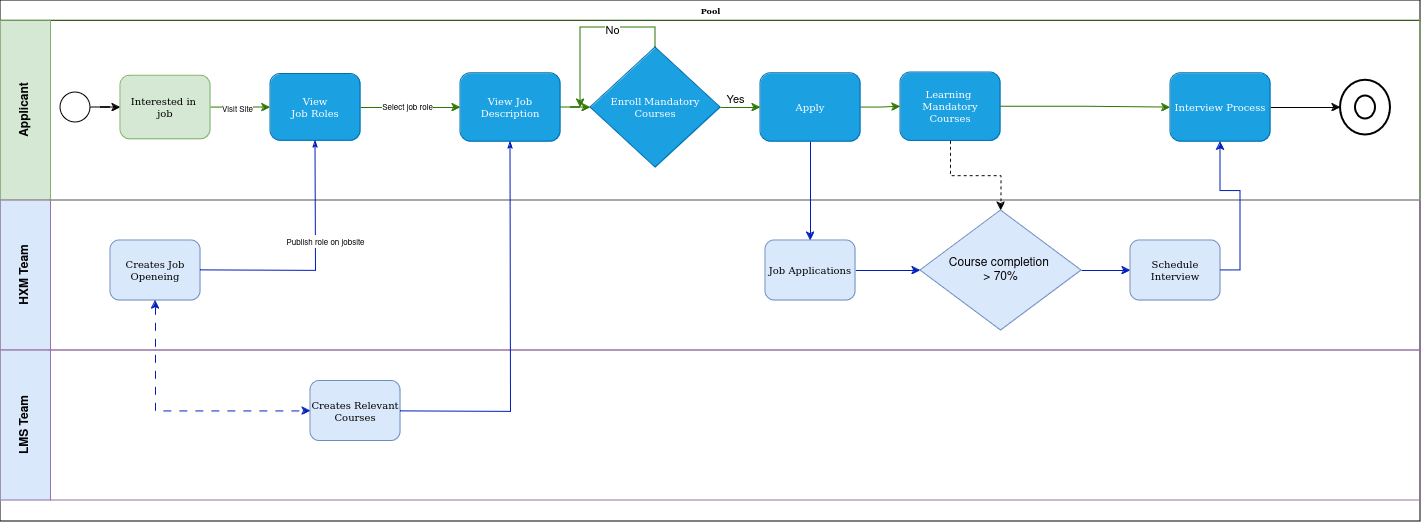
Above: BPMN/Untitled Diagram.drawio.png in Meharaj-thoufik/Quality-Candidate-Recruit (draw.io), before the change. Source tidied: cells renumbered, new cells last; positions are measured from the earlier drawing's top-left corner, leaving out a move shared by most shapes.
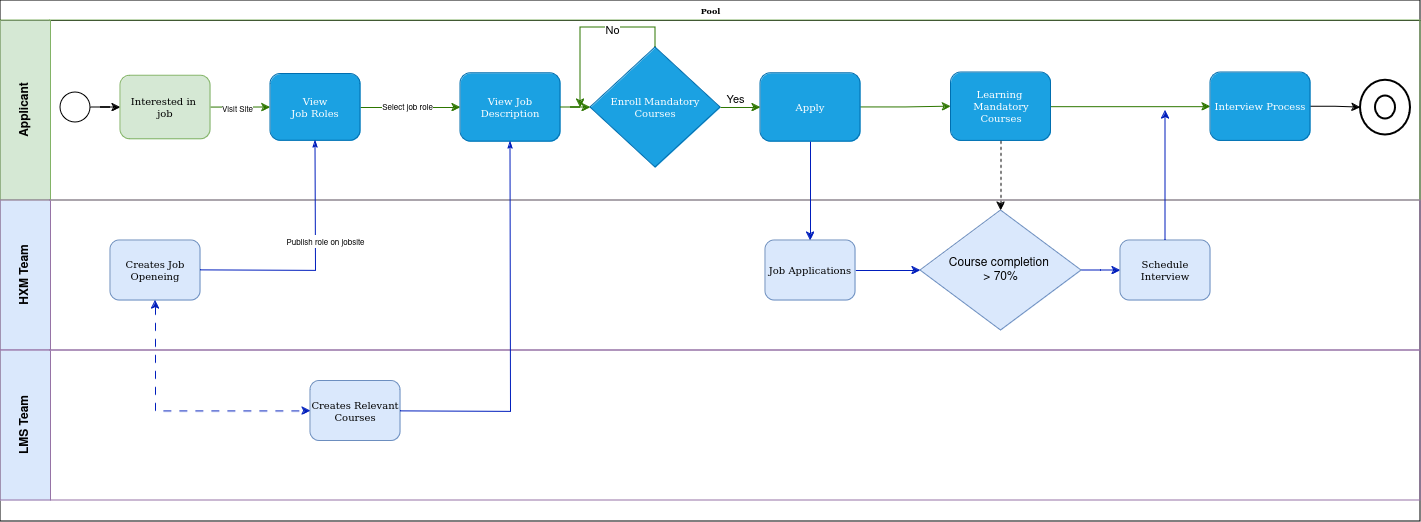
The same file after the commit.

Change to the diagram source:
```diff
@@ -59,7 +59,7 @@
       <mxGeometry relative="1" as="geometry" />
     </mxCell>
     <mxCell id="18" value="&lt;div style=&quot;font-size: 10px;&quot;&gt;&lt;font style=&quot;font-size: 10px;&quot;&gt;Learning&amp;nbsp;&lt;/font&gt;&lt;/div&gt;&lt;div style=&quot;font-size: 10px;&quot;&gt;&lt;font style=&quot;font-size: 10px;&quot;&gt;Mandatory&lt;/font&gt;&lt;/div&gt;&lt;div style=&quot;font-size: 10px;&quot;&gt;&lt;font style=&quot;font-size: 10px;&quot;&gt;Courses&lt;br&gt;&lt;/font&gt;&lt;/div&gt;" style="rounded=1;whiteSpace=wrap;html=1;shadow=0;labelBackgroundColor=none;strokeWidth=1;fontFamily=Verdana;fontSize=8;align=center;fillColor=#1ba1e2;fontColor=#ffffff;strokeColor=#006EAF;" parent="3" vertex="1">
-      <mxGeometry x="900" y="52" width="100" height="68.4" as="geometry" />
+      <mxGeometry x="950.5" y="52" width="100" height="68.4" as="geometry" />
     </mxCell>
     <mxCell id="19" style="edgeStyle=orthogonalEdgeStyle;rounded=0;jettySize=auto;html=1;exitX=1;exitY=0.5;exitDx=0;exitDy=0;entryX=0;entryY=0.5;entryDx=0;entryDy=0;fillColor=#60a917;strokeColor=#2D7600;" parent="3" edge="1" source="20" target="18">
       <mxGeometry relative="1" as="geometry" />
@@ -79,13 +79,13 @@
       <mxGeometry relative="1" as="geometry" />
     </mxCell>
     <mxCell id="24" value="&lt;font style=&quot;font-size: 10px;&quot;&gt;Interview Process&lt;/font&gt;" style="rounded=1;whiteSpace=wrap;html=1;shadow=0;labelBackgroundColor=none;strokeWidth=1;fontFamily=Verdana;fontSize=8;align=center;fillColor=#1ba1e2;fontColor=#ffffff;strokeColor=#006EAF;" parent="3" vertex="1">
-      <mxGeometry x="1170" y="52.8" width="100" height="68.4" as="geometry" />
+      <mxGeometry x="1210" y="52" width="100" height="68.4" as="geometry" />
     </mxCell>
     <mxCell id="25" style="strokeWidth=2;html=1;shape=mxgraph.flowchart.start_2;whiteSpace=wrap;" parent="3" vertex="1">
-      <mxGeometry x="1340" y="59.6" width="50" height="54.8" as="geometry" />
+      <mxGeometry x="1360" y="59.6" width="50" height="54.8" as="geometry" />
     </mxCell>
     <mxCell id="26" style="strokeWidth=2;html=1;shape=mxgraph.flowchart.start_2;whiteSpace=wrap;" parent="3" vertex="1">
-      <mxGeometry x="1355" y="75.5" width="20" height="23" as="geometry" />
+      <mxGeometry x="1375" y="75.5" width="20" height="23" as="geometry" />
     </mxCell>
     <mxCell id="27" value="HXM Team" style="swimlane;html=1;startSize=50;horizontal=0;fillColor=#DAE8FC;strokeColor=#9673a6;swimlaneFillColor=none;" parent="2" vertex="1">
       <mxGeometry y="200" width="1420" height="150" as="geometry" />
@@ -106,7 +106,7 @@
       <mxGeometry x="920" y="10" width="161" height="120" as="geometry" />
     </mxCell>
     <mxCell id="33" value="&lt;font style=&quot;font-size: 10px;&quot;&gt;Schedule Interview &lt;br&gt;&lt;/font&gt;" style="rounded=1;whiteSpace=wrap;html=1;shadow=0;labelBackgroundColor=none;strokeWidth=1;fontFamily=Verdana;fontSize=8;align=center;fillColor=#dae8fc;strokeColor=#6c8ebf;" parent="27" vertex="1">
-      <mxGeometry x="1130" y="40" width="90" height="60" as="geometry" />
+      <mxGeometry x="1120" y="40" width="90" height="60" as="geometry" />
     </mxCell>
     <mxCell id="34" value="LMS Team" style="swimlane;html=1;startSize=50;horizontal=0;fillColor=#DAE8FC;strokeColor=#9673a6;swimlaneFillColor=none;" parent="2" vertex="1">
       <mxGeometry y="350" width="1420" height="150" as="geometry" />
@@ -120,8 +120,14 @@
     <mxCell id="37" style="edgeStyle=orthogonalEdgeStyle;rounded=0;jettySize=auto;html=1;entryX=0.5;entryY=0;entryDx=0;entryDy=0;exitX=0.5;exitY=1;exitDx=0;exitDy=0;dashed=1;" parent="2" edge="1" source="18" target="32">
       <mxGeometry relative="1" as="geometry" />
     </mxCell>
-    <mxCell id="38" style="edgeStyle=orthogonalEdgeStyle;rounded=0;jettySize=auto;html=1;entryX=0.5;entryY=1;entryDx=0;entryDy=0;fillColor=#0050ef;strokeColor=#001DBC;exitX=1;exitY=0.5;exitDx=0;exitDy=0;" parent="2" edge="1" source="33" target="24">
-      <mxGeometry relative="1" as="geometry" />
+    <mxCell id="38" style="edgeStyle=orthogonalEdgeStyle;rounded=0;jettySize=auto;html=1;fillColor=#0050ef;strokeColor=#001DBC;exitX=0.5;exitY=0;exitDx=0;exitDy=0;" parent="2" edge="1" source="33">
+      <mxGeometry relative="1" as="geometry">
+        <mxPoint x="1165" y="110" as="targetPoint" />
+        <Array as="points">
+          <mxPoint x="1165" y="174" />
+          <mxPoint x="1165" y="174" />
+        </Array>
+      </mxGeometry>
     </mxCell>
     <mxCell id="39" style="edgeStyle=orthogonalEdgeStyle;rounded=0;jettySize=auto;html=1;exitX=0.5;exitY=1;exitDx=0;exitDy=0;entryX=0;entryY=0.5;entryDx=0;entryDy=0;dashed=1;dashPattern=8 8;endArrow=classic;endFill=1;startArrow=classic;startFill=1;fillColor=#0050ef;strokeColor=#001DBC;" parent="2" edge="1" source="28" target="35">
       <mxGeometry relative="1" as="geometry" />
```
